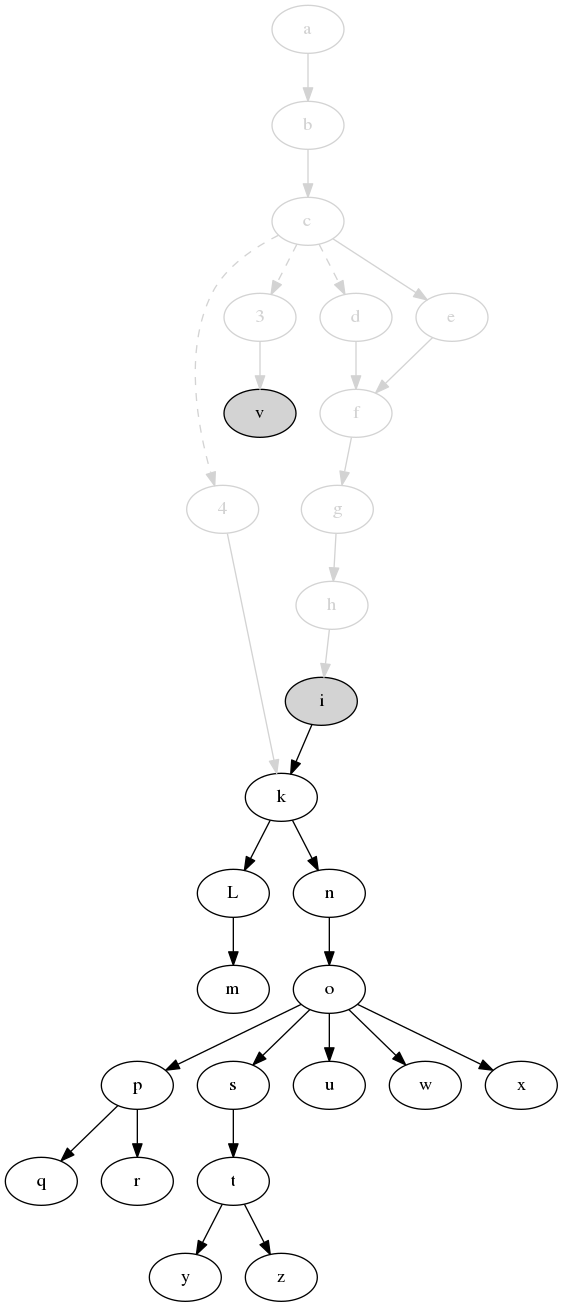
jdmpapin/svm-startup-deps keeps this Graphviz diagram as svm-startup-deps.png. Above is the earlier version. Its source is kept beside it as svm-startup-deps.dot.
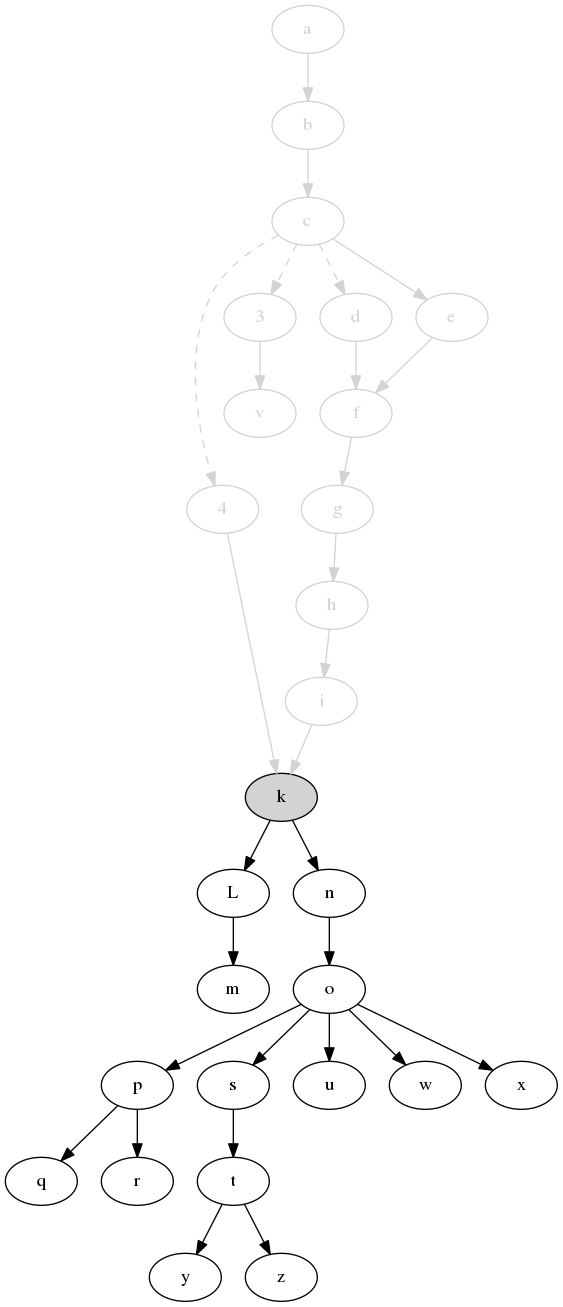
Later version of the same file.

Commit message:
Close i and v, and open k

The edit, as a diff of the source:
```diff
@@ -9,8 +9,8 @@
     f [color=lightgrey,fontcolor=lightgrey];
     g [color=lightgrey,fontcolor=lightgrey];
     h [color=lightgrey,fontcolor=lightgrey];
-    i [style=filled,fillcolor=lightgrey];
-    k;
+    i [color=lightgrey,fontcolor=lightgrey];
+    k [style=filled,fillcolor=lightgrey];
     L;
     m;
     n;
@@ -21,7 +21,7 @@
     s;
     t;
     u;
-    v [style=filled,fillcolor=lightgrey];
+    v [color=lightgrey,fontcolor=lightgrey];
     w;
     x;
     y;
@@ -40,7 +40,7 @@
     f -> g [color=lightgrey];
     g -> h [color=lightgrey];
     h -> i [color=lightgrey];
-    i -> k;
+    i -> k [color=lightgrey];
     k -> L;
     L -> m;
     k -> n;
```
